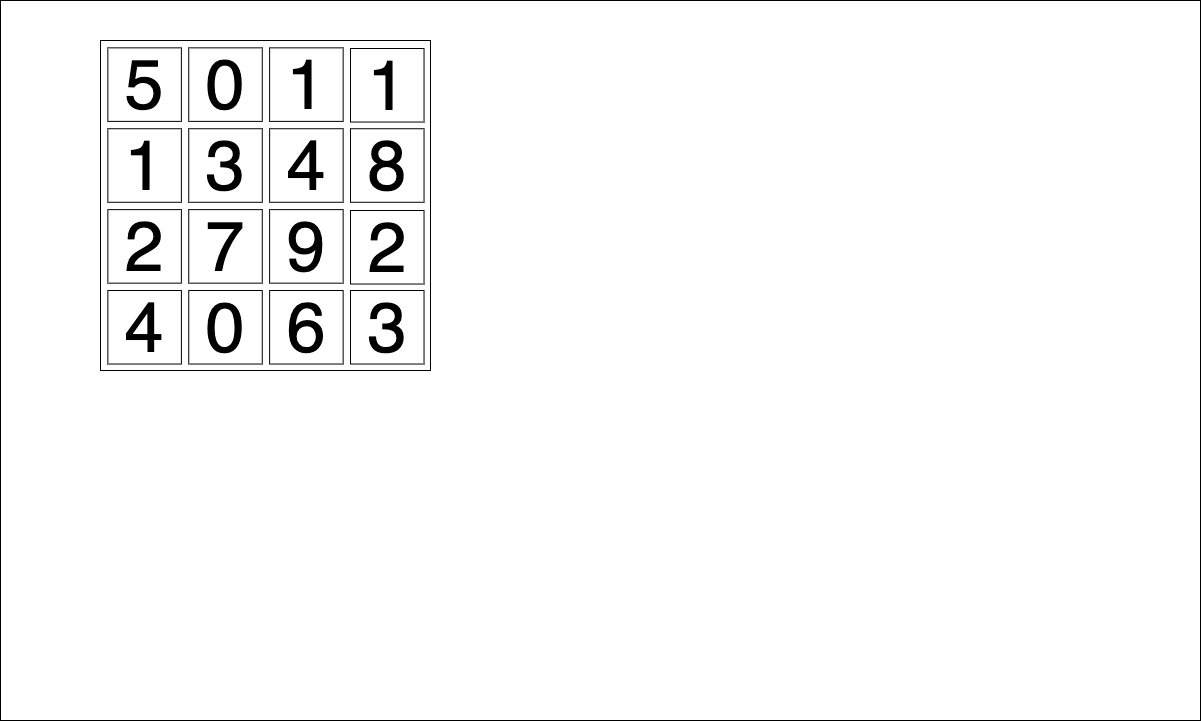
The draw.io diagram 2.3次元の畳み込み/slides/images/pooling.drawio.png in zero-one-seminar/2023-s-DeepLearning-14, before a commit. Source tidied: cells renumbered, new cells last; positions are measured from the earlier drawing's top-left corner, leaving out a move shared by most shapes. Source of this version:
```xml
<mxGraphModel>
  <root>
    <mxCell id="0" />
    <mxCell id="1" parent="0" />
    <mxCell id="2" style="rounded=0;whiteSpace=wrap;html=1;" parent="1" vertex="1">
      <mxGeometry width="1200" height="720" as="geometry" />
    </mxCell>
    <mxCell id="3" style="group;" parent="1" vertex="1">
      <mxGeometry x="100" y="40" width="330" height="330" as="geometry" />
    </mxCell>
    <mxCell id="4" value="&lt;span style=&quot;color: rgba(0, 0, 0, 0); font-family: monospace; font-size: 0px; text-align: start;&quot;&gt;%3CmxGraphModel%3E%3Croot%3E%3CmxCell%20id%3D%220%22%2F%3E%3CmxCell%20id%3D%221%22%20parent%3D%220%22%2F%3E%3CmxCell%20id%3D%222%22%20value%3D%22%22%20style%3D%22group%22%20vertex%3D%221%22%20connectable%3D%220%22%20parent%3D%221%22%3E%3CmxGeometry%20x%3D%22120%22%20y%3D%2280%22%20width%3D%22340%22%20height%3D%22340%22%20as%3D%22geometry%22%2F%3E%3C%2FmxCell%3E%3CmxCell%20id%3D%223%22%20value%3D%22%22%20style%3D%22whiteSpace%3Dwrap%3Bhtml%3D1%3B%22%20vertex%3D%221%22%20parent%3D%222%22%3E%3CmxGeometry%20width%3D%22340%22%20height%3D%22340%22%20as%3D%22geometry%22%2F%3E%3C%2FmxCell%3E%3CmxCell%20id%3D%224%22%20value%3D%22%22%20style%3D%22group%22%20vertex%3D%221%22%20connectable%3D%220%22%20parent%3D%222%22%3E%3CmxGeometry%20x%3D%2210%22%20y%3D%2210%22%20width%3D%22320%22%20height%3D%22320%22%20as%3D%22geometry%22%2F%3E%3C%2FmxCell%3E%3CmxCell%20id%3D%225%22%20value%3D%22%22%20style%3D%22whiteSpace%3Dwrap%3Bhtml%3D1%3B%22%20vertex%3D%221%22%20parent%3D%224%22%3E%3CmxGeometry%20width%3D%22100%22%20height%3D%22100%22%20as%3D%22geometry%22%2F%3E%3C%2FmxCell%3E%3CmxCell%20id%3D%226%22%20value%3D%22%22%20style%3D%22whiteSpace%3Dwrap%3Bhtml%3D1%3B%22%20vertex%3D%221%22%20parent%3D%224%22%3E%3CmxGeometry%20x%3D%22110%22%20width%3D%22100%22%20height%3D%22100%22%20as%3D%22geometry%22%2F%3E%3C%2FmxCell%3E%3CmxCell%20id%3D%227%22%20value%3D%22%22%20style%3D%22whiteSpace%3Dwrap%3Bhtml%3D1%3B%22%20vertex%3D%221%22%20parent%3D%224%22%3E%3CmxGeometry%20x%3D%22220%22%20width%3D%22100%22%20height%3D%22100%22%20as%3D%22geometry%22%2F%3E%3C%2FmxCell%3E%3CmxCell%20id%3D%228%22%20value%3D%22%22%20style%3D%22whiteSpace%3Dwrap%3Bhtml%3D1%3B%22%20vertex%3D%221%22%20parent%3D%224%22%3E%3CmxGeometry%20y%3D%22110%22%20width%3D%22100%22%20height%3D%22100%22%20as%3D%22geometry%22%2F%3E%3C%2FmxCell%3E%3CmxCell%20id%3D%229%22%20value%3D%22%22%20style%3D%22whiteSpace%3Dwrap%3Bhtml%3D1%3B%22%20vertex%3D%221%22%20parent%3D%224%22%3E%3CmxGeometry%20x%3D%22110%22%20y%3D%22110%22%20width%3D%22100%22%20height%3D%22100%22%20as%3D%22geometry%22%2F%3E%3C%2FmxCell%3E%3CmxCell%20id%3D%2210%22%20value%3D%22%22%20style%3D%22whiteSpace%3Dwrap%3Bhtml%3D1%3B%22%20vertex%3D%221%22%20parent%3D%224%22%3E%3CmxGeometry%20x%3D%22220%22%20y%3D%22110%22%20width%3D%22100%22%20height%3D%22100%22%20as%3D%22geometry%22%2F%3E%3C%2FmxCell%3E%3CmxCell%20id%3D%2211%22%20value%3D%22%22%20style%3D%22whiteSpace%3Dwrap%3Bhtml%3D1%3B%22%20vertex%3D%221%22%20parent%3D%224%22%3E%3CmxGeometry%20y%3D%22220%22%20width%3D%22100%22%20height%3D%22100%22%20as%3D%22geometry%22%2F%3E%3C%2FmxCell%3E%3CmxCell%20id%3D%2212%22%20value%3D%22%22%20style%3D%22whiteSpace%3Dwrap%3Bhtml%3D1%3B%22%20vertex%3D%221%22%20parent%3D%224%22%3E%3CmxGeometry%20x%3D%22110%22%20y%3D%22220%22%20width%3D%22100%22%20height%3D%22100%22%20as%3D%22geometry%22%2F%3E%3C%2FmxCell%3E%3CmxCell%20id%3D%2213%22%20value%3D%22%22%20style%3D%22whiteSpace%3Dwrap%3Bhtml%3D1%3B%22%20vertex%3D%221%22%20parent%3D%224%22%3E%3CmxGeometry%20x%3D%22220%22%20y%3D%22220%22%20width%3D%22100%22%20height%3D%22100%22%20as%3D%22geometry%22%2F%3E%3C%2FmxCell%3E%3C%2Froot%3E%3C%2FmxGraphModel%3E&lt;/span&gt;" style="whiteSpace=wrap;html=1;" parent="3" vertex="1">
      <mxGeometry width="330" height="330" as="geometry" />
    </mxCell>
    <mxCell id="5" value="&lt;font style=&quot;font-size: 70px;&quot;&gt;1&lt;/font&gt;" style="whiteSpace=wrap;html=1;" parent="3" vertex="1">
      <mxGeometry x="250" y="8" width="73.5" height="73.5" as="geometry" />
    </mxCell>
    <mxCell id="6" value="&lt;font style=&quot;font-size: 70px;&quot;&gt;2&lt;/font&gt;" style="whiteSpace=wrap;html=1;" parent="3" vertex="1">
      <mxGeometry x="250" y="170" width="73.5" height="73.5" as="geometry" />
    </mxCell>
    <mxCell id="7" value="&lt;font style=&quot;font-size: 70px;&quot;&gt;0&lt;/font&gt;" style="whiteSpace=wrap;html=1;" parent="3" vertex="1">
      <mxGeometry x="88.2" y="250" width="73.5" height="73.5" as="geometry" />
    </mxCell>
    <mxCell id="8" value="&lt;font style=&quot;font-size: 70px;&quot;&gt;8&lt;/font&gt;" style="whiteSpace=wrap;html=1;" parent="3" vertex="1">
      <mxGeometry x="250" y="88.2" width="73.5" height="73.5" as="geometry" />
    </mxCell>
    <mxCell id="9" value="&lt;font style=&quot;font-size: 70px;&quot;&gt;3&lt;/font&gt;" style="whiteSpace=wrap;html=1;" parent="3" vertex="1">
      <mxGeometry x="250" y="250" width="73.5" height="73.5" as="geometry" />
    </mxCell>
    <mxCell id="10" value="&lt;font style=&quot;font-size: 70px;&quot;&gt;6&lt;/font&gt;" style="whiteSpace=wrap;html=1;" parent="3" vertex="1">
      <mxGeometry x="169.1" y="250" width="73.5" height="73.5" as="geometry" />
    </mxCell>
    <mxCell id="11" value="&lt;font style=&quot;font-size: 70px;&quot;&gt;4&lt;/font&gt;" style="whiteSpace=wrap;html=1;" parent="3" vertex="1">
      <mxGeometry x="7.4" y="250" width="73.5" height="73.5" as="geometry" />
    </mxCell>
    <mxCell id="12" value="&lt;font style=&quot;font-size: 70px;&quot;&gt;5&lt;/font&gt;" style="whiteSpace=wrap;html=1;" parent="3" vertex="1">
      <mxGeometry x="7.4" y="7.4" width="73.5" height="73.5" as="geometry" />
    </mxCell>
    <mxCell id="13" value="&lt;font style=&quot;font-size: 70px;&quot;&gt;0&lt;/font&gt;" style="whiteSpace=wrap;html=1;" parent="3" vertex="1">
      <mxGeometry x="88.2" y="7.4" width="73.5" height="73.5" as="geometry" />
    </mxCell>
    <mxCell id="14" value="&lt;font style=&quot;font-size: 70px;&quot;&gt;1&lt;/font&gt;" style="whiteSpace=wrap;html=1;" parent="3" vertex="1">
      <mxGeometry x="169.1" y="7.4" width="73.5" height="73.5" as="geometry" />
    </mxCell>
    <mxCell id="15" value="&lt;font style=&quot;font-size: 70px;&quot;&gt;1&lt;/font&gt;" style="whiteSpace=wrap;html=1;" parent="3" vertex="1">
      <mxGeometry x="7.4" y="88.2" width="73.5" height="73.5" as="geometry" />
    </mxCell>
    <mxCell id="16" value="&lt;font style=&quot;font-size: 70px;&quot;&gt;3&lt;/font&gt;" style="whiteSpace=wrap;html=1;" parent="3" vertex="1">
      <mxGeometry x="88.2" y="88.2" width="73.5" height="73.5" as="geometry" />
    </mxCell>
    <mxCell id="17" value="&lt;font style=&quot;font-size: 70px;&quot;&gt;4&lt;/font&gt;" style="whiteSpace=wrap;html=1;" parent="3" vertex="1">
      <mxGeometry x="169.1" y="88.2" width="73.5" height="73.5" as="geometry" />
    </mxCell>
    <mxCell id="18" value="&lt;font style=&quot;font-size: 70px;&quot;&gt;2&lt;/font&gt;" style="whiteSpace=wrap;html=1;" parent="3" vertex="1">
      <mxGeometry x="7.4" y="169.1" width="73.5" height="73.5" as="geometry" />
    </mxCell>
    <mxCell id="19" value="&lt;font style=&quot;font-size: 70px;&quot;&gt;7&lt;/font&gt;" style="whiteSpace=wrap;html=1;" parent="3" vertex="1">
      <mxGeometry x="88.2" y="169.1" width="73.5" height="73.5" as="geometry" />
    </mxCell>
    <mxCell id="20" value="&lt;font style=&quot;font-size: 70px;&quot;&gt;9&lt;/font&gt;" style="whiteSpace=wrap;html=1;" parent="3" vertex="1">
      <mxGeometry x="169.1" y="169.1" width="73.5" height="73.5" as="geometry" />
    </mxCell>
  </root>
</mxGraphModel>
```
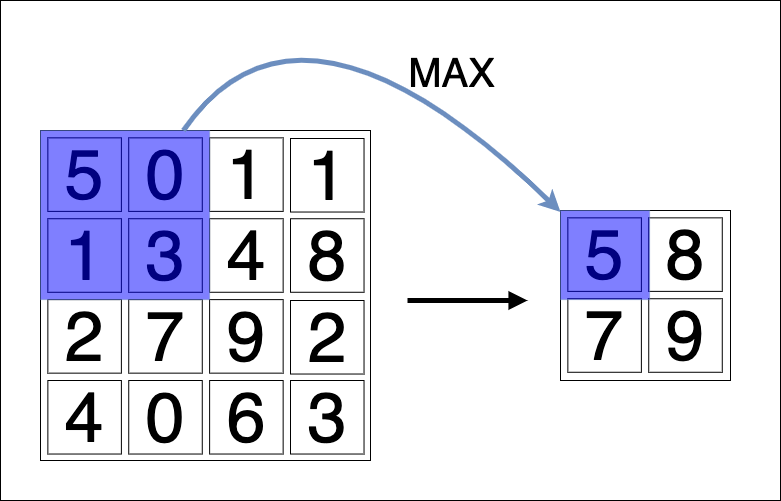
After the change.

Change to the diagram source:
```diff
@@ -3,10 +3,10 @@
     <mxCell id="0" />
     <mxCell id="1" parent="0" />
     <mxCell id="2" style="rounded=0;whiteSpace=wrap;html=1;" parent="1" vertex="1">
-      <mxGeometry width="1200" height="720" as="geometry" />
+      <mxGeometry x="70" y="80" width="780" height="500" as="geometry" />
     </mxCell>
     <mxCell id="3" style="group;" parent="1" vertex="1">
-      <mxGeometry x="100" y="40" width="330" height="330" as="geometry" />
+      <mxGeometry x="110" y="210" width="330" height="330" as="geometry" />
     </mxCell>
     <mxCell id="4" value="&lt;span style=&quot;color: rgba(0, 0, 0, 0); font-family: monospace; font-size: 0px; text-align: start;&quot;&gt;%3CmxGraphModel%3E%3Croot%3E%3CmxCell%20id%3D%220%22%2F%3E%3CmxCell%20id%3D%221%22%20parent%3D%220%22%2F%3E%3CmxCell%20id%3D%222%22%20value%3D%22%22%20style%3D%22group%22%20vertex%3D%221%22%20connectable%3D%220%22%20parent%3D%221%22%3E%3CmxGeometry%20x%3D%22120%22%20y%3D%2280%22%20width%3D%22340%22%20height%3D%22340%22%20as%3D%22geometry%22%2F%3E%3C%2FmxCell%3E%3CmxCell%20id%3D%223%22%20value%3D%22%22%20style%3D%22whiteSpace%3Dwrap%3Bhtml%3D1%3B%22%20vertex%3D%221%22%20parent%3D%222%22%3E%3CmxGeometry%20width%3D%22340%22%20height%3D%22340%22%20as%3D%22geometry%22%2F%3E%3C%2FmxCell%3E%3CmxCell%20id%3D%224%22%20value%3D%22%22%20style%3D%22group%22%20vertex%3D%221%22%20connectable%3D%220%22%20parent%3D%222%22%3E%3CmxGeometry%20x%3D%2210%22%20y%3D%2210%22%20width%3D%22320%22%20height%3D%22320%22%20as%3D%22geometry%22%2F%3E%3C%2FmxCell%3E%3CmxCell%20id%3D%225%22%20value%3D%22%22%20style%3D%22whiteSpace%3Dwrap%3Bhtml%3D1%3B%22%20vertex%3D%221%22%20parent%3D%224%22%3E%3CmxGeometry%20width%3D%22100%22%20height%3D%22100%22%20as%3D%22geometry%22%2F%3E%3C%2FmxCell%3E%3CmxCell%20id%3D%226%22%20value%3D%22%22%20style%3D%22whiteSpace%3Dwrap%3Bhtml%3D1%3B%22%20vertex%3D%221%22%20parent%3D%224%22%3E%3CmxGeometry%20x%3D%22110%22%20width%3D%22100%22%20height%3D%22100%22%20as%3D%22geometry%22%2F%3E%3C%2FmxCell%3E%3CmxCell%20id%3D%227%22%20value%3D%22%22%20style%3D%22whiteSpace%3Dwrap%3Bhtml%3D1%3B%22%20vertex%3D%221%22%20parent%3D%224%22%3E%3CmxGeometry%20x%3D%22220%22%20width%3D%22100%22%20height%3D%22100%22%20as%3D%22geometry%22%2F%3E%3C%2FmxCell%3E%3CmxCell%20id%3D%228%22%20value%3D%22%22%20style%3D%22whiteSpace%3Dwrap%3Bhtml%3D1%3B%22%20vertex%3D%221%22%20parent%3D%224%22%3E%3CmxGeometry%20y%3D%22110%22%20width%3D%22100%22%20height%3D%22100%22%20as%3D%22geometry%22%2F%3E%3C%2FmxCell%3E%3CmxCell%20id%3D%229%22%20value%3D%22%22%20style%3D%22whiteSpace%3Dwrap%3Bhtml%3D1%3B%22%20vertex%3D%221%22%20parent%3D%224%22%3E%3CmxGeometry%20x%3D%22110%22%20y%3D%22110%22%20width%3D%22100%22%20height%3D%22100%22%20as%3D%22geometry%22%2F%3E%3C%2FmxCell%3E%3CmxCell%20id%3D%2210%22%20value%3D%22%22%20style%3D%22whiteSpace%3Dwrap%3Bhtml%3D1%3B%22%20vertex%3D%221%22%20parent%3D%224%22%3E%3CmxGeometry%20x%3D%22220%22%20y%3D%22110%22%20width%3D%22100%22%20height%3D%22100%22%20as%3D%22geometry%22%2F%3E%3C%2FmxCell%3E%3CmxCell%20id%3D%2211%22%20value%3D%22%22%20style%3D%22whiteSpace%3Dwrap%3Bhtml%3D1%3B%22%20vertex%3D%221%22%20parent%3D%224%22%3E%3CmxGeometry%20y%3D%22220%22%20width%3D%22100%22%20height%3D%22100%22%20as%3D%22geometry%22%2F%3E%3C%2FmxCell%3E%3CmxCell%20id%3D%2212%22%20value%3D%22%22%20style%3D%22whiteSpace%3Dwrap%3Bhtml%3D1%3B%22%20vertex%3D%221%22%20parent%3D%224%22%3E%3CmxGeometry%20x%3D%22110%22%20y%3D%22220%22%20width%3D%22100%22%20height%3D%22100%22%20as%3D%22geometry%22%2F%3E%3C%2FmxCell%3E%3CmxCell%20id%3D%2213%22%20value%3D%22%22%20style%3D%22whiteSpace%3Dwrap%3Bhtml%3D1%3B%22%20vertex%3D%221%22%20parent%3D%224%22%3E%3CmxGeometry%20x%3D%22220%22%20y%3D%22220%22%20width%3D%22100%22%20height%3D%22100%22%20as%3D%22geometry%22%2F%3E%3C%2FmxCell%3E%3C%2Froot%3E%3C%2FmxGraphModel%3E&lt;/span&gt;" style="whiteSpace=wrap;html=1;" parent="3" vertex="1">
       <mxGeometry width="330" height="330" as="geometry" />
@@ -59,5 +59,47 @@
     <mxCell id="20" value="&lt;font style=&quot;font-size: 70px;&quot;&gt;9&lt;/font&gt;" style="whiteSpace=wrap;html=1;" parent="3" vertex="1">
       <mxGeometry x="169.1" y="169.1" width="73.5" height="73.5" as="geometry" />
     </mxCell>
+    <mxCell id="21" style="rounded=0;whiteSpace=wrap;html=1;opacity=50;fillColor=#0000FF;strokeColor=#6c8ebf;" parent="3" vertex="1">
+      <mxGeometry width="169.1" height="169.1" as="geometry" />
+    </mxCell>
+    <mxCell id="22" style="endArrow=block;html=1;strokeWidth=5;endFill=1;" parent="1" edge="1">
+      <mxGeometry relative="1" as="geometry">
+        <mxPoint x="477" y="380" as="sourcePoint" />
+        <mxPoint x="597" y="380" as="targetPoint" />
+      </mxGeometry>
+    </mxCell>
+    <mxCell id="23" style="group;" parent="1" vertex="1">
+      <mxGeometry x="630" y="290" width="170" height="170" as="geometry" />
+    </mxCell>
+    <mxCell id="24" value="&lt;span style=&quot;color: rgba(0, 0, 0, 0); font-family: monospace; font-size: 0px; text-align: start;&quot;&gt;%3CmxGraphModel%3E%3Croot%3E%3CmxCell%20id%3D%220%22%2F%3E%3CmxCell%20id%3D%221%22%20parent%3D%220%22%2F%3E%3CmxCell%20id%3D%222%22%20value%3D%22%22%20style%3D%22group%22%20vertex%3D%221%22%20connectable%3D%220%22%20parent%3D%221%22%3E%3CmxGeometry%20x%3D%22120%22%20y%3D%2280%22%20width%3D%22340%22%20height%3D%22340%22%20as%3D%22geometry%22%2F%3E%3C%2FmxCell%3E%3CmxCell%20id%3D%223%22%20value%3D%22%22%20style%3D%22whiteSpace%3Dwrap%3Bhtml%3D1%3B%22%20vertex%3D%221%22%20parent%3D%222%22%3E%3CmxGeometry%20width%3D%22340%22%20height%3D%22340%22%20as%3D%22geometry%22%2F%3E%3C%2FmxCell%3E%3CmxCell%20id%3D%224%22%20value%3D%22%22%20style%3D%22group%22%20vertex%3D%221%22%20connectable%3D%220%22%20parent%3D%222%22%3E%3CmxGeometry%20x%3D%2210%22%20y%3D%2210%22%20width%3D%22320%22%20height%3D%22320%22%20as%3D%22geometry%22%2F%3E%3C%2FmxCell%3E%3CmxCell%20id%3D%225%22%20value%3D%22%22%20style%3D%22whiteSpace%3Dwrap%3Bhtml%3D1%3B%22%20vertex%3D%221%22%20parent%3D%224%22%3E%3CmxGeometry%20width%3D%22100%22%20height%3D%22100%22%20as%3D%22geometry%22%2F%3E%3C%2FmxCell%3E%3CmxCell%20id%3D%226%22%20value%3D%22%22%20style%3D%22whiteSpace%3Dwrap%3Bhtml%3D1%3B%22%20vertex%3D%221%22%20parent%3D%224%22%3E%3CmxGeometry%20x%3D%22110%22%20width%3D%22100%22%20height%3D%22100%22%20as%3D%22geometry%22%2F%3E%3C%2FmxCell%3E%3CmxCell%20id%3D%227%22%20value%3D%22%22%20style%3D%22whiteSpace%3Dwrap%3Bhtml%3D1%3B%22%20vertex%3D%221%22%20parent%3D%224%22%3E%3CmxGeometry%20x%3D%22220%22%20width%3D%22100%22%20height%3D%22100%22%20as%3D%22geometry%22%2F%3E%3C%2FmxCell%3E%3CmxCell%20id%3D%228%22%20value%3D%22%22%20style%3D%22whiteSpace%3Dwrap%3Bhtml%3D1%3B%22%20vertex%3D%221%22%20parent%3D%224%22%3E%3CmxGeometry%20y%3D%22110%22%20width%3D%22100%22%20height%3D%22100%22%20as%3D%22geometry%22%2F%3E%3C%2FmxCell%3E%3CmxCell%20id%3D%229%22%20value%3D%22%22%20style%3D%22whiteSpace%3Dwrap%3Bhtml%3D1%3B%22%20vertex%3D%221%22%20parent%3D%224%22%3E%3CmxGeometry%20x%3D%22110%22%20y%3D%22110%22%20width%3D%22100%22%20height%3D%22100%22%20as%3D%22geometry%22%2F%3E%3C%2FmxCell%3E%3CmxCell%20id%3D%2210%22%20value%3D%22%22%20style%3D%22whiteSpace%3Dwrap%3Bhtml%3D1%3B%22%20vertex%3D%221%22%20parent%3D%224%22%3E%3CmxGeometry%20x%3D%22220%22%20y%3D%22110%22%20width%3D%22100%22%20height%3D%22100%22%20as%3D%22geometry%22%2F%3E%3C%2FmxCell%3E%3CmxCell%20id%3D%2211%22%20value%3D%22%22%20style%3D%22whiteSpace%3Dwrap%3Bhtml%3D1%3B%22%20vertex%3D%221%22%20parent%3D%224%22%3E%3CmxGeometry%20y%3D%22220%22%20width%3D%22100%22%20height%3D%22100%22%20as%3D%22geometry%22%2F%3E%3C%2FmxCell%3E%3CmxCell%20id%3D%2212%22%20value%3D%22%22%20style%3D%22whiteSpace%3Dwrap%3Bhtml%3D1%3B%22%20vertex%3D%221%22%20parent%3D%224%22%3E%3CmxGeometry%20x%3D%22110%22%20y%3D%22220%22%20width%3D%22100%22%20height%3D%22100%22%20as%3D%22geometry%22%2F%3E%3C%2FmxCell%3E%3CmxCell%20id%3D%2213%22%20value%3D%22%22%20style%3D%22whiteSpace%3Dwrap%3Bhtml%3D1%3B%22%20vertex%3D%221%22%20parent%3D%224%22%3E%3CmxGeometry%20x%3D%22220%22%20y%3D%22220%22%20width%3D%22100%22%20height%3D%22100%22%20as%3D%22geometry%22%2F%3E%3C%2FmxCell%3E%3C%2Froot%3E%3C%2FmxGraphModel%3E&lt;/span&gt;" style="whiteSpace=wrap;html=1;" parent="23" vertex="1">
+      <mxGeometry width="170" height="170" as="geometry" />
+    </mxCell>
+    <mxCell id="25" value="&lt;font style=&quot;font-size: 70px;&quot;&gt;5&lt;/font&gt;" style="whiteSpace=wrap;html=1;" parent="23" vertex="1">
+      <mxGeometry x="7.4" y="7.4" width="73.5" height="73.5" as="geometry" />
+    </mxCell>
+    <mxCell id="26" value="&lt;font style=&quot;font-size: 70px;&quot;&gt;8&lt;/font&gt;" style="whiteSpace=wrap;html=1;" parent="23" vertex="1">
+      <mxGeometry x="88.2" y="7.4" width="73.5" height="73.5" as="geometry" />
+    </mxCell>
+    <mxCell id="27" value="&lt;font style=&quot;font-size: 70px;&quot;&gt;7&lt;/font&gt;" style="whiteSpace=wrap;html=1;" parent="23" vertex="1">
+      <mxGeometry x="7.4" y="88.2" width="73.5" height="73.5" as="geometry" />
+    </mxCell>
+    <mxCell id="28" value="&lt;font style=&quot;font-size: 70px;&quot;&gt;9&lt;/font&gt;" style="whiteSpace=wrap;html=1;" parent="23" vertex="1">
+      <mxGeometry x="88.2" y="88.2" width="73.5" height="73.5" as="geometry" />
+    </mxCell>
+    <mxCell id="29" style="rounded=0;whiteSpace=wrap;html=1;opacity=50;fillColor=#0000FF;strokeColor=#6c8ebf;" parent="1" vertex="1">
+      <mxGeometry x="630" y="290" width="89.1" height="89.1" as="geometry" />
+    </mxCell>
+    <mxCell id="30" style="curved=1;endArrow=classic;html=1;strokeWidth=5;fillColor=#dae8fc;strokeColor=#6c8ebf;" parent="1" edge="1" source="21" target="29">
+      <mxGeometry relative="1" as="geometry">
+        <Array as="points">
+          <mxPoint x="370" y="40" />
+        </Array>
+      </mxGeometry>
+    </mxCell>
+    <mxCell id="31" value="&lt;font style=&quot;font-size: 40px;&quot;&gt;MAX&lt;/font&gt;" style="edgeLabel;html=1;align=center;verticalAlign=middle;labelBackgroundColor=none;" parent="30" vertex="1">
+      <mxGeometry x="0.19" y="-29" relative="1" as="geometry">
+        <mxPoint x="76" y="-1" as="offset" />
+      </mxGeometry>
+    </mxCell>
   </root>
 </mxGraphModel>
```
